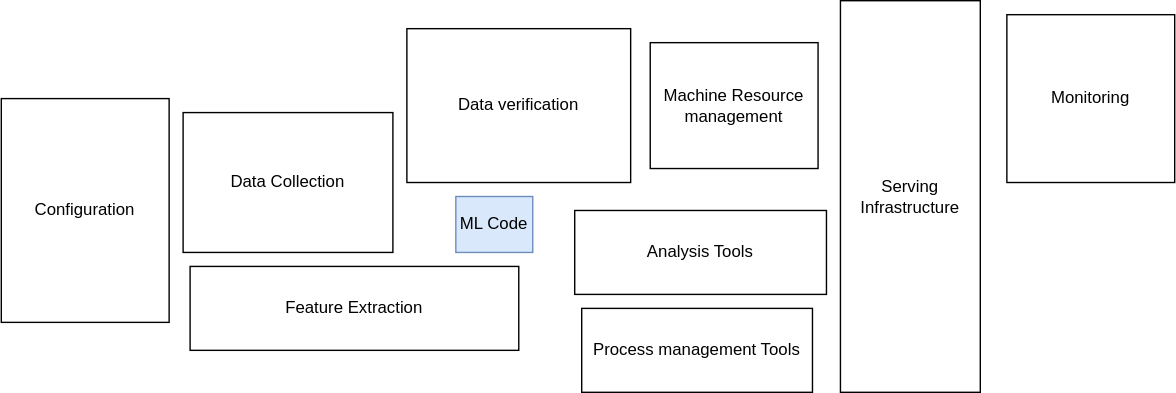
The draw.io diagram docs/assets/images/ml_system.svg in swiss-ai-center/a-guide-to-mlops, before a commit. Source tidied: cells renumbered, new cells last; positions are measured from the earlier drawing's top-left corner, leaving out a move shared by most shapes. Its diagram source:
```xml
<mxGraphModel>
  <root>
    <mxCell id="0" />
    <mxCell id="1" parent="0" />
    <mxCell id="2" style="group;" parent="1" vertex="1">
      <mxGeometry width="839" height="280" as="geometry" />
    </mxCell>
    <mxCell id="3" value="Data Collection" style="rounded=0;whiteSpace=wrap;html=1;" parent="2" vertex="1">
      <mxGeometry x="130" y="80" width="150" height="100" as="geometry" />
    </mxCell>
    <mxCell id="4" value="Configuration" style="rounded=0;whiteSpace=wrap;html=1;" parent="2" vertex="1">
      <mxGeometry y="70" width="120" height="160" as="geometry" />
    </mxCell>
    <mxCell id="5" value="Feature Extraction" style="rounded=0;whiteSpace=wrap;html=1;" parent="2" vertex="1">
      <mxGeometry x="135" y="190" width="235" height="60" as="geometry" />
    </mxCell>
    <mxCell id="6" value="ML Code" style="rounded=0;whiteSpace=wrap;html=1;fillColor=#dae8fc;strokeColor=#6c8ebf;" parent="2" vertex="1">
      <mxGeometry x="325" y="140" width="55" height="40" as="geometry" />
    </mxCell>
    <mxCell id="7" value="Data verification" style="rounded=0;whiteSpace=wrap;html=1;" parent="2" vertex="1">
      <mxGeometry x="290" y="20" width="160" height="110" as="geometry" />
    </mxCell>
    <mxCell id="8" value="Machine Resource management" style="rounded=0;whiteSpace=wrap;html=1;" parent="2" vertex="1">
      <mxGeometry x="464" y="30" width="120" height="90" as="geometry" />
    </mxCell>
    <mxCell id="9" value="Analysis Tools" style="rounded=0;whiteSpace=wrap;html=1;" parent="2" vertex="1">
      <mxGeometry x="410" y="150" width="180" height="60" as="geometry" />
    </mxCell>
    <mxCell id="10" value="Process management Tools" style="rounded=0;whiteSpace=wrap;html=1;" parent="2" vertex="1">
      <mxGeometry x="415" y="220" width="165" height="60" as="geometry" />
    </mxCell>
    <mxCell id="11" value="Serving Infrastructure" style="rounded=0;whiteSpace=wrap;html=1;" parent="2" vertex="1">
      <mxGeometry x="600" width="100" height="280" as="geometry" />
    </mxCell>
    <mxCell id="12" value="Monitoring" style="rounded=0;whiteSpace=wrap;html=1;" parent="2" vertex="1">
      <mxGeometry x="719" y="10" width="120" height="120" as="geometry" />
    </mxCell>
  </root>
</mxGraphModel>
```
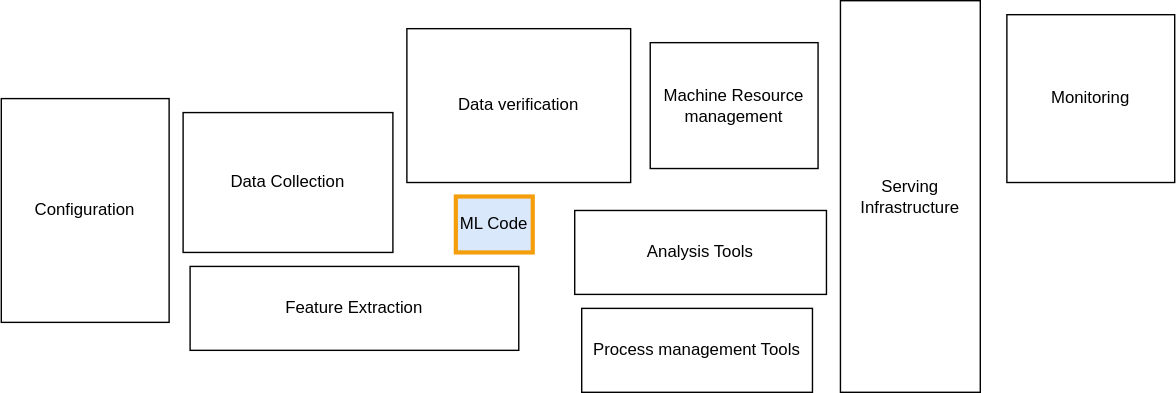
The same file after the commit.

Change to the diagram source:
```diff
@@ -14,7 +14,7 @@
     <mxCell id="5" value="Feature Extraction" style="rounded=0;whiteSpace=wrap;html=1;" parent="2" vertex="1">
       <mxGeometry x="135" y="190" width="235" height="60" as="geometry" />
     </mxCell>
-    <mxCell id="6" value="ML Code" style="rounded=0;whiteSpace=wrap;html=1;fillColor=#dae8fc;strokeColor=#6c8ebf;" parent="2" vertex="1">
+    <mxCell id="6" value="ML Code" style="rounded=0;whiteSpace=wrap;html=1;fillColor=#dae8fc;strokeColor=#f59e0b;strokeWidth=3;" parent="2" vertex="1">
       <mxGeometry x="325" y="140" width="55" height="40" as="geometry" />
     </mxCell>
     <mxCell id="7" value="Data verification" style="rounded=0;whiteSpace=wrap;html=1;" parent="2" vertex="1">
```
